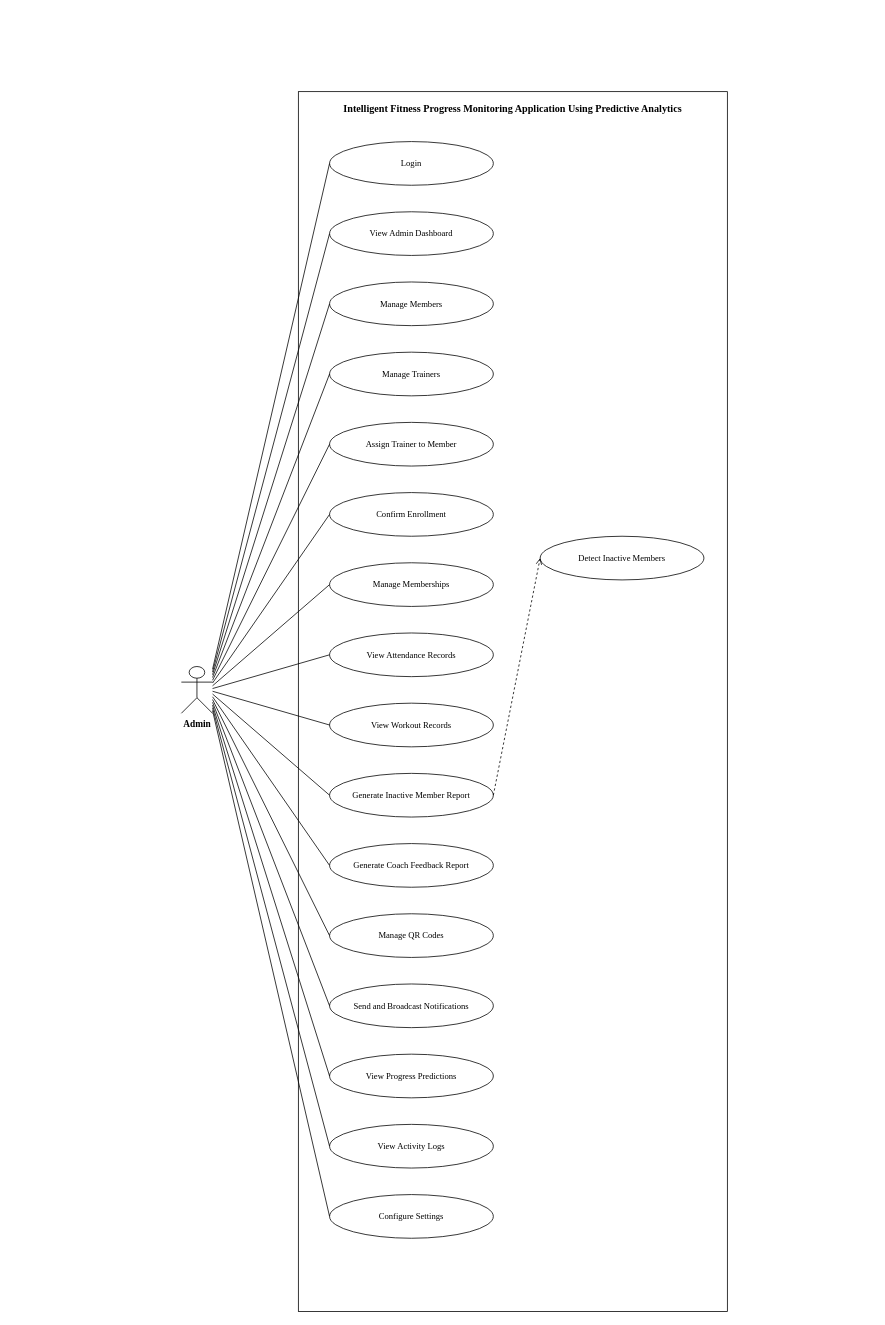
Earlier version of the draw.io diagram chapter123/UseCase-Fig28-Admin.drawio (JohnPaul010505/capstsh). Source tidied: cells renumbered, new cells numbered last; positions are measured from the earlier drawing's top-left corner, leaving out a move shared by most shapes. Both pictures are drawn from the tidied source at 78%, with x=0, y=0 at pixel (181, 91).
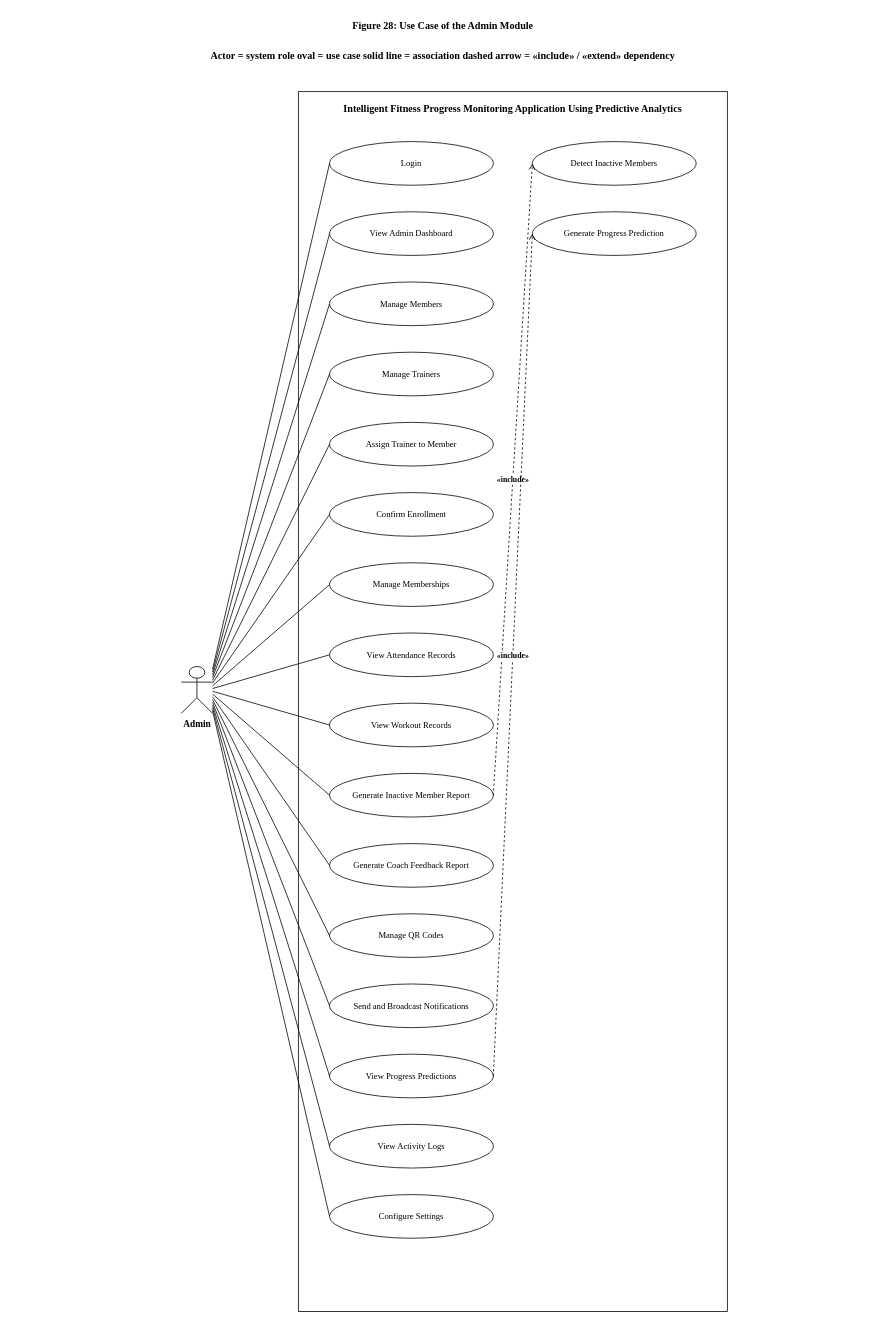
Above is the later version.

Unchanged cells that the change refers to:
```xml
<mxCell id="12" value="Generate Inactive Member Report" style="ellipse;whiteSpace=wrap;html=1;fillColor=#FFFFFF;strokeColor=#000000;fontFamily=Times New Roman;fontSize=11;" parent="1" vertex="1">
  <mxGeometry x="190" y="874" width="210" height="56" as="geometry" />
</mxCell>
<mxCell id="16" value="View Progress Predictions" style="ellipse;whiteSpace=wrap;html=1;fillColor=#FFFFFF;strokeColor=#000000;fontFamily=Times New Roman;fontSize=11;" parent="1" vertex="1">
  <mxGeometry x="190" y="1234" width="210" height="56" as="geometry" />
</mxCell>
```

Change to the diagram source:
```diff
@@
+    <mxCell id="38" value="Figure 28: Use Case of the Admin Module" style="text;html=1;align=center;verticalAlign=middle;fontFamily=Times New Roman;fontSize=13;fontStyle=1;strokeColor=none;fillColor=none;" parent="1" vertex="1">
+      <mxGeometry x="-215" y="-100" width="1100" height="30" as="geometry" />
+    </mxCell>
+    <mxCell id="39" value="Actor = system role   oval = use case   solid line = association   dashed arrow = «include» / «extend» dependency" style="text;html=1;align=center;verticalAlign=middle;fontFamily=Times New Roman;fontSize=13;fontStyle=1;strokeColor=none;fillColor=none;" parent="1" vertex="1">
+      <mxGeometry x="-215" y="-60" width="1100" height="28" as="geometry" />
+    </mxCell>
@@
     <mxCell id="19" value="Detect Inactive Members" style="ellipse;whiteSpace=wrap;html=1;fillColor=#FFFFFF;strokeColor=#000000;fontFamily=Times New Roman;fontSize=11;" parent="1" vertex="1">
-      <mxGeometry x="460" y="570" width="210" height="56" as="geometry" />
+      <mxGeometry x="450" y="64" width="210" height="56" as="geometry" />
     </mxCell>
+    <mxCell id="40" value="Generate Progress Prediction" style="ellipse;whiteSpace=wrap;html=1;fillColor=#FFFFFF;strokeColor=#000000;fontFamily=Times New Roman;fontSize=11;" parent="1" vertex="1">
+      <mxGeometry x="450" y="154" width="210" height="56" as="geometry" />
+    </mxCell>
@@
-    <mxCell id="37" style="endArrow=open;endFill=0;dashed=1;html=1;strokeColor=#000000;fontFamily=Times New Roman;fontSize=10;fontStyle=1;labelBackgroundColor=#FFFFFF;exitX=1.000;exitY=0.500;exitDx=0;exitDy=0;entryX=0.000;entryY=0.500;entryDx=0;entryDy=0;" parent="1" edge="1" source="12" target="19">
+    <mxCell id="37" value="«include»" style="endArrow=open;endFill=0;dashed=1;html=1;strokeColor=#000000;fontFamily=Times New Roman;fontSize=10;fontStyle=1;labelBackgroundColor=#FFFFFF;exitX=1.000;exitY=0.500;exitDx=0;exitDy=0;entryX=0.000;entryY=0.500;entryDx=0;entryDy=0;" parent="1" edge="1" source="12" target="19">
       <mxGeometry relative="1" as="geometry" />
     </mxCell>
+    <mxCell id="41" value="«include»" style="endArrow=open;endFill=0;dashed=1;html=1;strokeColor=#000000;fontFamily=Times New Roman;fontSize=10;fontStyle=1;labelBackgroundColor=#FFFFFF;exitX=1.000;exitY=0.500;exitDx=0;exitDy=0;entryX=0.000;entryY=0.500;entryDx=0;entryDy=0;" parent="1" edge="1" source="16" target="40">
+      <mxGeometry relative="1" as="geometry" />
+    </mxCell>
```
